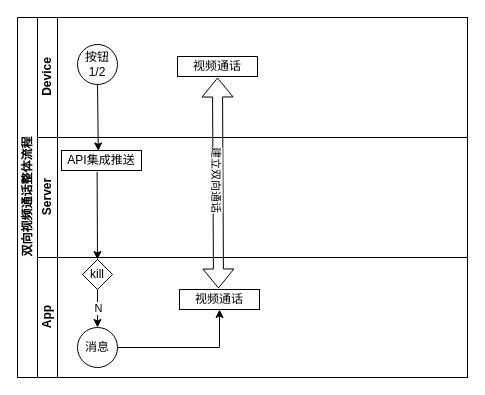
luoyongshun/framework keeps this draw.io diagram as cloudbirds/双向视频通话整体流程.drawio. Above is the earlier version. Source tidied: cells renumbered, new cells numbered last; positions are measured from the earlier drawing's top-left corner, leaving out a move shared by most shapes. Both pictures are drawn from the tidied source at 100%, with x=0, y=0 at pixel (17, 17).
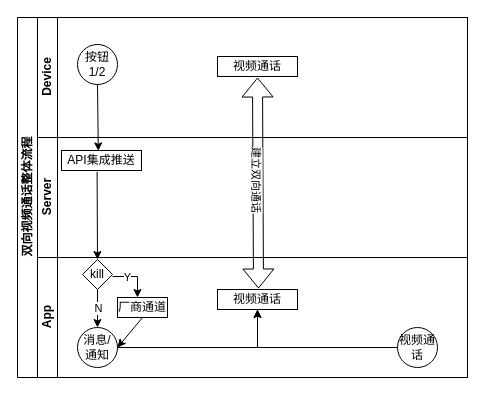
The same diagram, later.

Commit message (it also covers changes not shown here):
更新双向视频通话整体流程.drawio

The change refers to these unchanged cells:
```xml
<mxCell id="3" value="Device" style="swimlane;html=1;startSize=20;horizontal=0;" parent="2" vertex="1">
  <mxGeometry x="20" width="430" height="120" as="geometry" />
</mxCell>
<mxCell id="8" value="App" style="swimlane;html=1;startSize=20;horizontal=0;" parent="2" vertex="1">
  <mxGeometry x="20" y="240" width="430" height="120" as="geometry" />
</mxCell>
```

What changed in the source:
```diff
@@
     <mxCell id="5" value="视频通话" style="rounded=0;whiteSpace=wrap;html=1;fontFamily=Helvetica;fontSize=12;fontColor=#000000;align=center;" parent="3" vertex="1">
-      <mxGeometry x="140" y="39" width="80" height="20" as="geometry" />
+      <mxGeometry x="180" y="39" width="80" height="20" as="geometry" />
     </mxCell>
@@
     <mxCell id="9" value="视频通话" style="rounded=0;whiteSpace=wrap;html=1;fontFamily=Helvetica;fontSize=12;fontColor=#000000;align=center;" parent="8" vertex="1">
-      <mxGeometry x="142" y="32" width="80" height="20" as="geometry" />
+      <mxGeometry x="180" y="32" width="80" height="20" as="geometry" />
     </mxCell>
     <mxCell id="10" style="shape=flexArrow;endArrow=classic;startArrow=classic;html=1;rounded=0;entryX=0.5;entryY=1;entryDx=0;entryDy=0;exitX=0.5;exitY=0;exitDx=0;exitDy=0;" parent="8" edge="1">
       <mxGeometry relative="1" as="geometry">
-        <mxPoint x="181" y="31" as="sourcePoint" />
-        <mxPoint x="180" y="-180" as="targetPoint" />
+        <mxPoint x="221" y="31" as="sourcePoint" />
+        <mxPoint x="220" y="-180" as="targetPoint" />
       </mxGeometry>
     </mxCell>
@@
-    <mxCell id="12" value="消息" style="ellipse;whiteSpace=wrap;html=1;" parent="8" vertex="1">
+    <mxCell id="12" value="消息/通知" style="ellipse;whiteSpace=wrap;html=1;" parent="8" vertex="1">
       <mxGeometry x="40" y="70" width="40" height="40" as="geometry" />
     </mxCell>
     <mxCell id="13" style="endArrow=classic;html=1;rounded=0;exitX=1;exitY=0.5;exitDx=0;exitDy=0;entryX=0.5;entryY=1;entryDx=0;entryDy=0;" parent="8" edge="1" source="12" target="9">
       <mxGeometry relative="1" as="geometry">
         <Array as="points">
-          <mxPoint x="182" y="90" />
+          <mxPoint x="220" y="90" />
         </Array>
       </mxGeometry>
     </mxCell>
@@
+    <mxCell id="19" style="endArrow=classic;html=1;rounded=0;exitX=1;exitY=0.5;exitDx=0;exitDy=0;" parent="8" edge="1">
+      <mxGeometry relative="1" as="geometry">
+        <mxPoint x="75" y="19" as="sourcePoint" />
+        <mxPoint x="100" y="40" as="targetPoint" />
+        <Array as="points">
+          <mxPoint x="100" y="19" />
+        </Array>
+      </mxGeometry>
+    </mxCell>
+    <mxCell id="20" value="Y" style="edgeLabel;html=1;align=center;verticalAlign=middle;" parent="19" vertex="1">
+      <mxGeometry x="-0.39" relative="1" as="geometry" />
+    </mxCell>
+    <mxCell id="21" value="厂商通道" style="rounded=0;whiteSpace=wrap;html=1;fontFamily=Helvetica;fontSize=12;fontColor=#000000;align=center;" parent="8" vertex="1">
+      <mxGeometry x="80" y="40" width="50" height="20" as="geometry" />
+    </mxCell>
+    <mxCell id="22" style="endArrow=classic;html=1;rounded=0;exitX=0.5;exitY=1;exitDx=0;exitDy=0;entryX=1;entryY=0.5;entryDx=0;entryDy=0;" parent="8" edge="1" source="21" target="12">
+      <mxGeometry relative="1" as="geometry" />
+    </mxCell>
+    <mxCell id="23" value="视频通话" style="ellipse;whiteSpace=wrap;html=1;" parent="8" vertex="1">
+      <mxGeometry x="360" y="70" width="40" height="40" as="geometry" />
+    </mxCell>
+    <mxCell id="24" style="endArrow=classic;html=1;rounded=0;exitX=0;exitY=0.5;exitDx=0;exitDy=0;entryX=0.5;entryY=1;entryDx=0;entryDy=0;" parent="8" edge="1" source="23" target="9">
+      <mxGeometry relative="1" as="geometry">
+        <Array as="points">
+          <mxPoint x="220" y="90" />
+        </Array>
+      </mxGeometry>
+    </mxCell>
```
